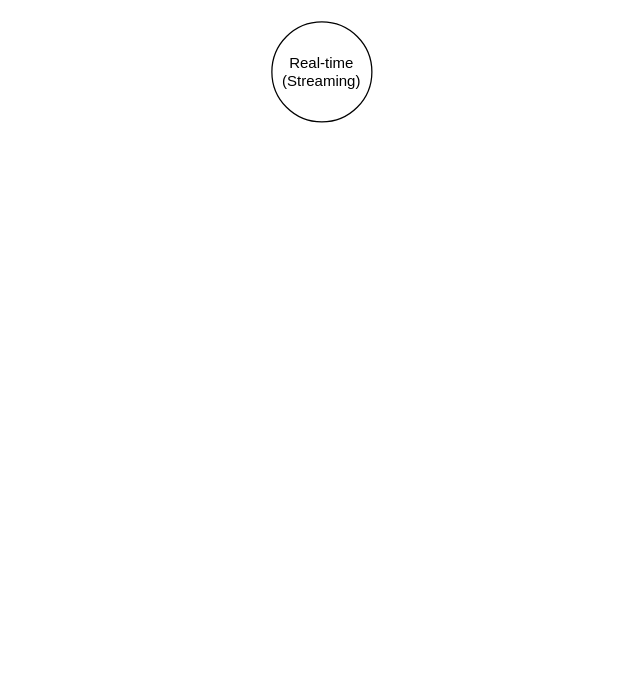
Earlier version of the draw.io diagram 未命名绘图.drawio (OYungShen/Drawio). Source tidied: cells renumbered, new cells numbered last; positions are measured from the earlier drawing's top-left corner, leaving out a move shared by most shapes. Both pictures are drawn from the tidied source at 125%, with x=0, y=0 at pixel (271, 21).
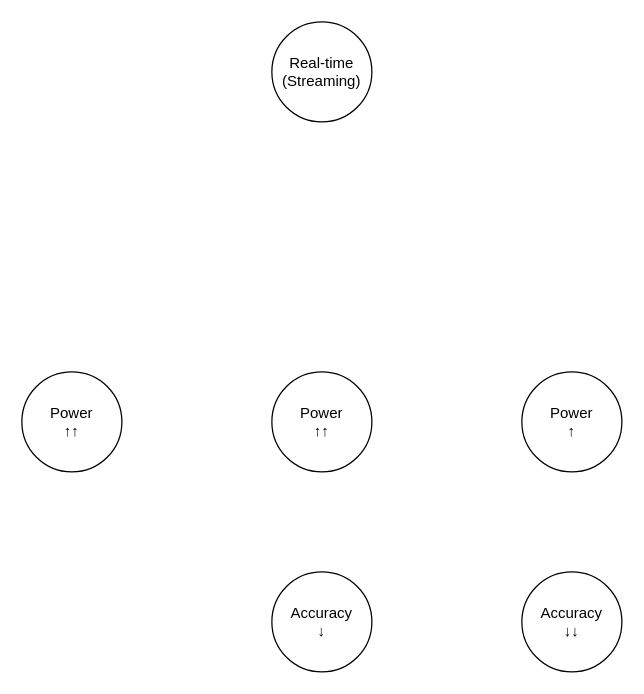
The same diagram, later.

Change to the diagram source:
```diff
@@
 <mxGraphModel>
   <root>
     <mxCell id="0" />
     <mxCell id="1" parent="0" />
     <mxCell id="2" value="Real-time&lt;br&gt;(Streaming)" style="ellipse;whiteSpace=wrap;html=1;" parent="1" vertex="1">
       <mxGeometry width="80" height="80" as="geometry" />
     </mxCell>
+    <mxCell id="3" value="Power &lt;br&gt;↑↑" style="ellipse;whiteSpace=wrap;html=1;" parent="1" vertex="1">
+      <mxGeometry y="280" width="80" height="80" as="geometry" />
+    </mxCell>
+    <mxCell id="4" value="Accuracy &lt;br&gt;↓↓" style="ellipse;whiteSpace=wrap;html=1;" parent="1" vertex="1">
+      <mxGeometry x="200" y="440" width="80" height="80" as="geometry" />
+    </mxCell>
+    <mxCell id="5" value="Power &lt;br&gt;↑" style="ellipse;whiteSpace=wrap;html=1;" parent="1" vertex="1">
+      <mxGeometry x="200" y="280" width="80" height="80" as="geometry" />
+    </mxCell>
+    <mxCell id="6" value="Power &lt;br&gt;↑↑" style="ellipse;whiteSpace=wrap;html=1;" parent="1" vertex="1">
+      <mxGeometry x="-200" y="280" width="80" height="80" as="geometry" />
+    </mxCell>
+    <mxCell id="7" value="Accuracy &lt;br&gt;↓" style="ellipse;whiteSpace=wrap;html=1;" parent="1" vertex="1">
+      <mxGeometry y="440" width="80" height="80" as="geometry" />
+    </mxCell>
   </root>
 </mxGraphModel>
```
